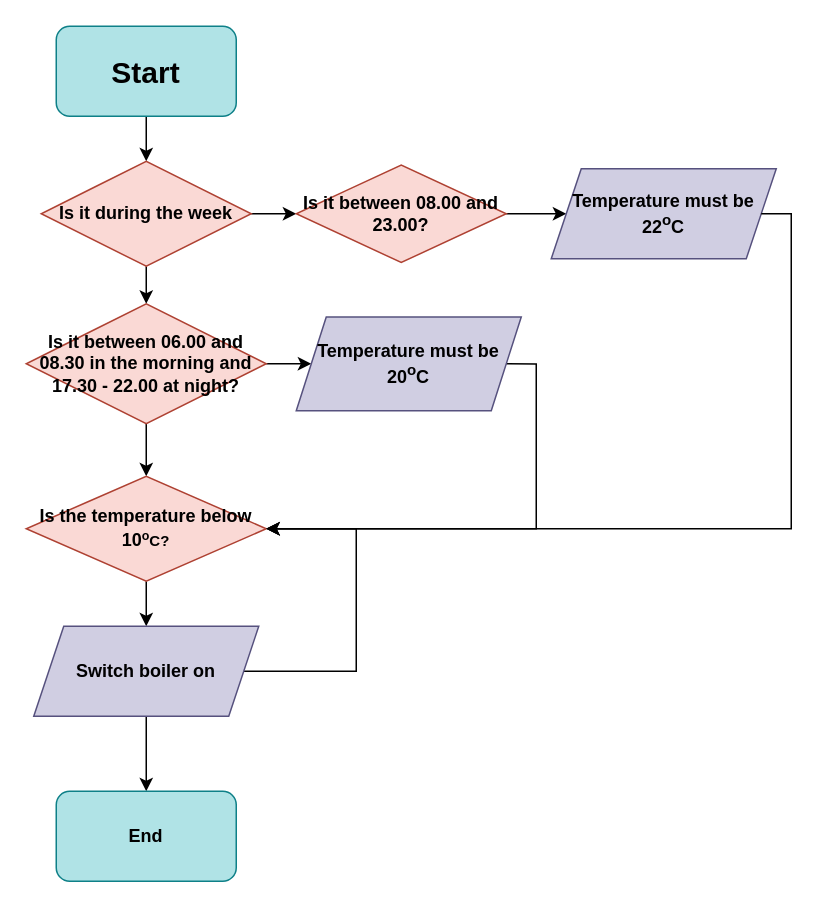
Before: activity_team challenge.drawio in fifaepik/paranroj-fifa, a draw.io diagram. Source tidied: cells renumbered, new cells numbered last; positions are measured from the earlier drawing's top-left corner, leaving out a move shared by most shapes. Both pictures are drawn from the tidied source at 150%, with x=0, y=0 at pixel (26, 26).
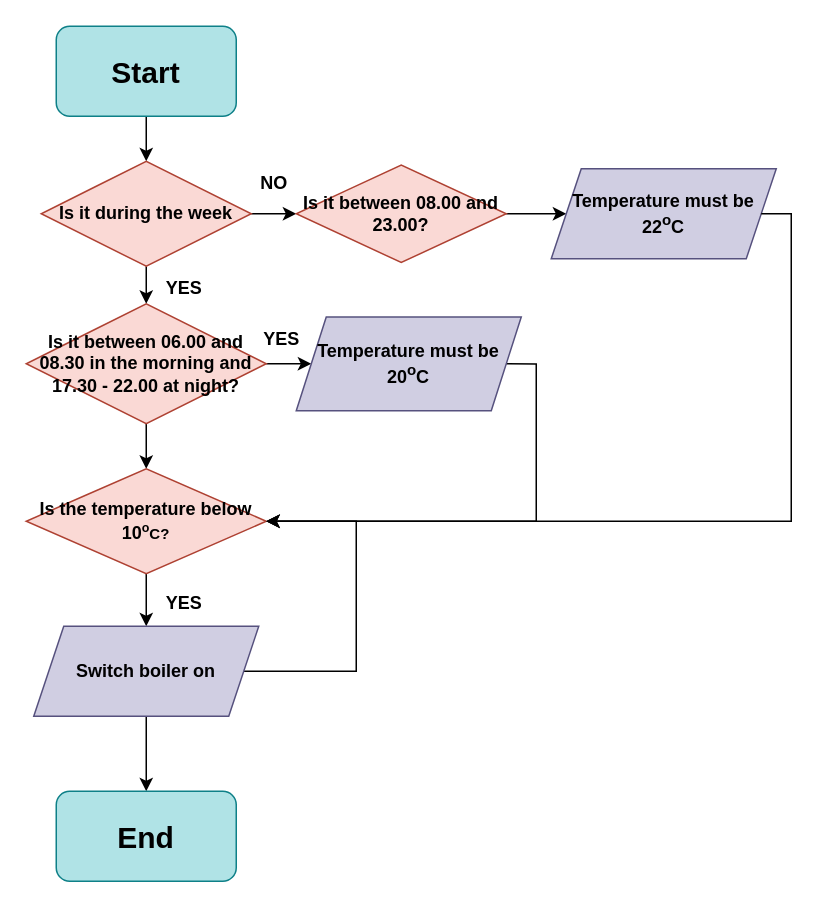
The same diagram, later.

Commit message:
activity_team challenge

Unchanged cells that the change refers to:
```xml
<mxCell id="14" value="&lt;b&gt;Temperature must be 22&lt;sup&gt;o&lt;/sup&gt;C&lt;/b&gt;" style="shape=parallelogram;perimeter=parallelogramPerimeter;whiteSpace=wrap;html=1;fixedSize=1;fillColor=#d0cee2;strokeColor=#56517e;rounded=1;arcSize=0;" parent="1" vertex="1">
  <mxGeometry x="350" y="95" width="150" height="60" as="geometry" />
</mxCell>
<mxCell id="16" value="&lt;b&gt;Temperature must be 20&lt;sup&gt;o&lt;/sup&gt;C&lt;/b&gt;" style="shape=parallelogram;perimeter=parallelogramPerimeter;whiteSpace=wrap;html=1;fixedSize=1;fillColor=#d0cee2;strokeColor=#56517e;rounded=1;arcSize=0;" parent="1" vertex="1">
  <mxGeometry x="180" y="193.8" width="150" height="62.5" as="geometry" />
</mxCell>
<mxCell id="19" value="&lt;b&gt;Switch boiler on&lt;/b&gt;" style="shape=parallelogram;perimeter=parallelogramPerimeter;whiteSpace=wrap;html=1;fixedSize=1;fillColor=#d0cee2;strokeColor=#56517e;rounded=1;arcSize=0;" parent="1" vertex="1">
  <mxGeometry x="5" y="400" width="150" height="60" as="geometry" />
</mxCell>
```

What changed in the source:
```diff
@@
     <mxCell id="11" value="&lt;b&gt;Is the temperature below 10&lt;font size=&quot;1&quot;&gt;&lt;sup&gt;o&lt;/sup&gt;C?&lt;/font&gt;&lt;/b&gt;" style="rhombus;whiteSpace=wrap;html=1;fillColor=#fad9d5;strokeColor=#ae4132;rounded=1;arcSize=0;" parent="1" vertex="1">
-      <mxGeometry y="300" width="160" height="70" as="geometry" />
+      <mxGeometry y="295" width="160" height="70" as="geometry" />
     </mxCell>
@@
     <mxCell id="15" style="edgeStyle=orthogonalEdgeStyle;rounded=0;jettySize=auto;html=1;exitX=1;exitY=0.5;exitDx=0;exitDy=0;fontFamily=Helvetica;fontSize=12;fontColor=default;entryX=1;entryY=0.5;entryDx=0;entryDy=0;" parent="1" edge="1" source="16" target="11">
       <mxGeometry relative="1" as="geometry">
         <Array as="points">
           <mxPoint x="340" y="225" />
-          <mxPoint x="340" y="335" />
+          <mxPoint x="340" y="330" />
         </Array>
       </mxGeometry>
     </mxCell>
@@
     <mxCell id="18" style="edgeStyle=orthogonalEdgeStyle;rounded=0;jettySize=auto;html=1;exitX=1;exitY=0.5;exitDx=0;exitDy=0;fontFamily=Helvetica;fontSize=12;fontColor=default;entryX=1;entryY=0.5;entryDx=0;entryDy=0;" parent="1" edge="1" source="19" target="11">
       <mxGeometry relative="1" as="geometry">
         <Array as="points">
           <mxPoint x="220" y="430" />
-          <mxPoint x="220" y="335" />
+          <mxPoint x="220" y="330" />
         </Array>
       </mxGeometry>
     </mxCell>
@@
-    <mxCell id="20" value="&lt;b&gt;End&lt;/b&gt;" style="whiteSpace=wrap;html=1;fillColor=#b0e3e6;strokeColor=#0e8088;rounded=1;arcSize=15;" parent="1" vertex="1">
+    <mxCell id="20" value="&lt;b&gt;&lt;font style=&quot;font-size: 20px;&quot;&gt;End&lt;/font&gt;&lt;/b&gt;" style="whiteSpace=wrap;html=1;fillColor=#b0e3e6;strokeColor=#0e8088;rounded=1;arcSize=15;" parent="1" vertex="1">
       <mxGeometry x="20" y="510" width="120" height="60" as="geometry" />
     </mxCell>
     <mxCell id="21" style="edgeStyle=orthogonalEdgeStyle;rounded=0;jettySize=auto;html=1;exitX=1;exitY=0.5;exitDx=0;exitDy=0;fontSize=20;entryX=1;entryY=0.5;entryDx=0;entryDy=0;" parent="1" edge="1" source="14" target="11">
       <mxGeometry relative="1" as="geometry">
         <Array as="points">
           <mxPoint x="510" y="125" />
-          <mxPoint x="510" y="335" />
+          <mxPoint x="510" y="330" />
         </Array>
       </mxGeometry>
     </mxCell>
+    <mxCell id="22" value="&lt;b&gt;YES&lt;/b&gt;" style="text;html=1;align=center;verticalAlign=middle;strokeColor=none;fillColor=none;fontSize=12;fontFamily=Helvetica;fontColor=default;" parent="1" vertex="1">
+      <mxGeometry x="80" y="160" width="50" height="30" as="geometry" />
+    </mxCell>
+    <mxCell id="23" value="&lt;b&gt;YES&lt;/b&gt;" style="text;html=1;align=center;verticalAlign=middle;strokeColor=none;fillColor=none;fontSize=12;fontFamily=Helvetica;fontColor=default;" parent="1" vertex="1">
+      <mxGeometry x="80" y="370" width="50" height="30" as="geometry" />
+    </mxCell>
+    <mxCell id="24" value="&lt;b&gt;NO&lt;/b&gt;" style="text;html=1;align=center;verticalAlign=middle;strokeColor=none;fillColor=none;fontSize=12;fontFamily=Helvetica;fontColor=default;" parent="1" vertex="1">
+      <mxGeometry x="145" y="90" width="40" height="30" as="geometry" />
+    </mxCell>
+    <mxCell id="25" value="&lt;b&gt;YES&lt;/b&gt;" style="text;html=1;align=center;verticalAlign=middle;strokeColor=none;fillColor=none;fontSize=12;fontFamily=Helvetica;fontColor=default;" parent="1" vertex="1">
+      <mxGeometry x="145" y="193.8" width="50" height="30" as="geometry" />
+    </mxCell>
```
